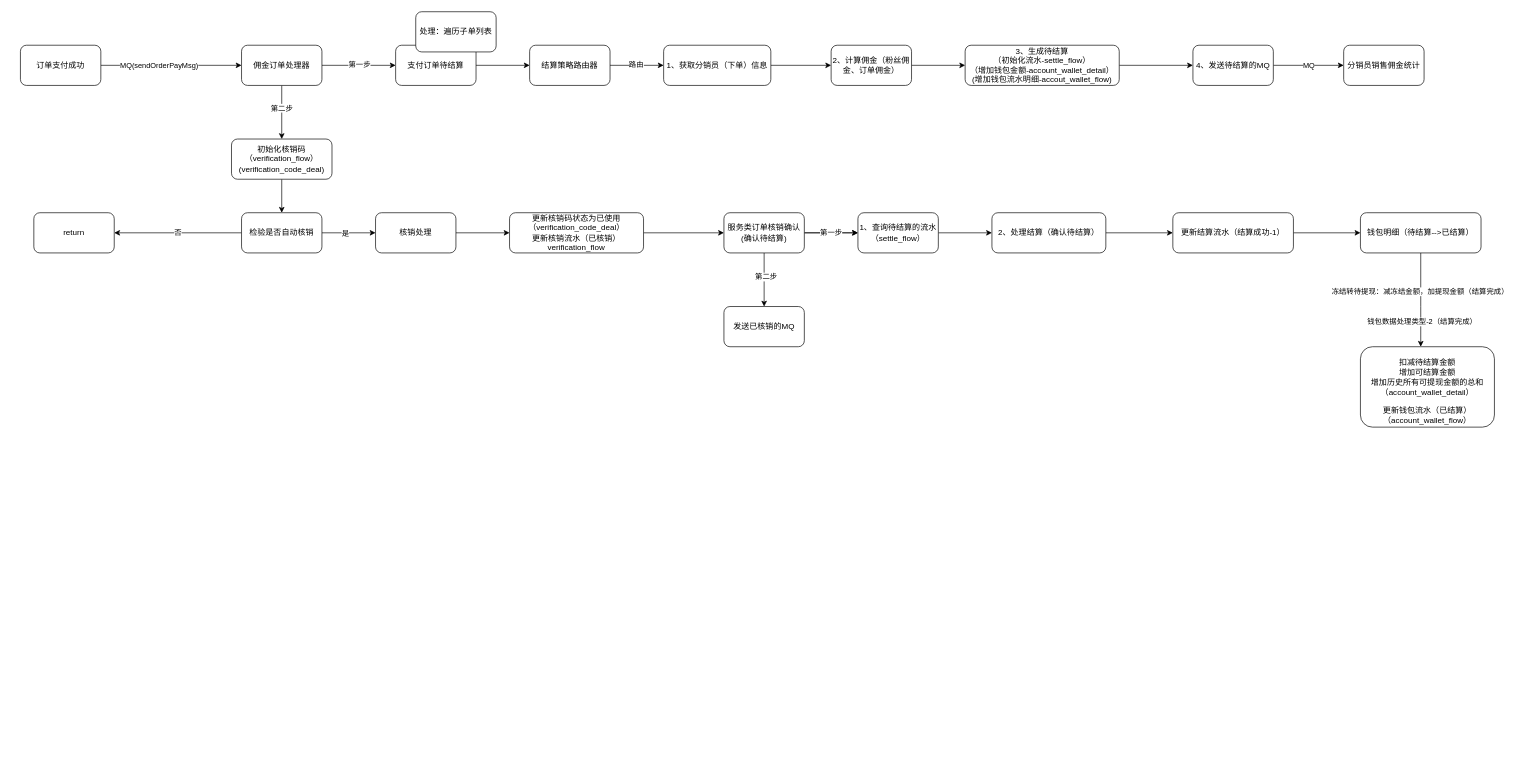
Before: 婚奢汇业务流程图/分销佣金&核销.drawio in YYB1024/myRemoteRepo, a draw.io diagram. Source tidied: cells renumbered, new cells numbered last; positions are measured from the earlier drawing's top-left corner, leaving out a move shared by most shapes. Both pictures are drawn from the tidied source at 67%, with x=0, y=0 at pixel (20, 11).
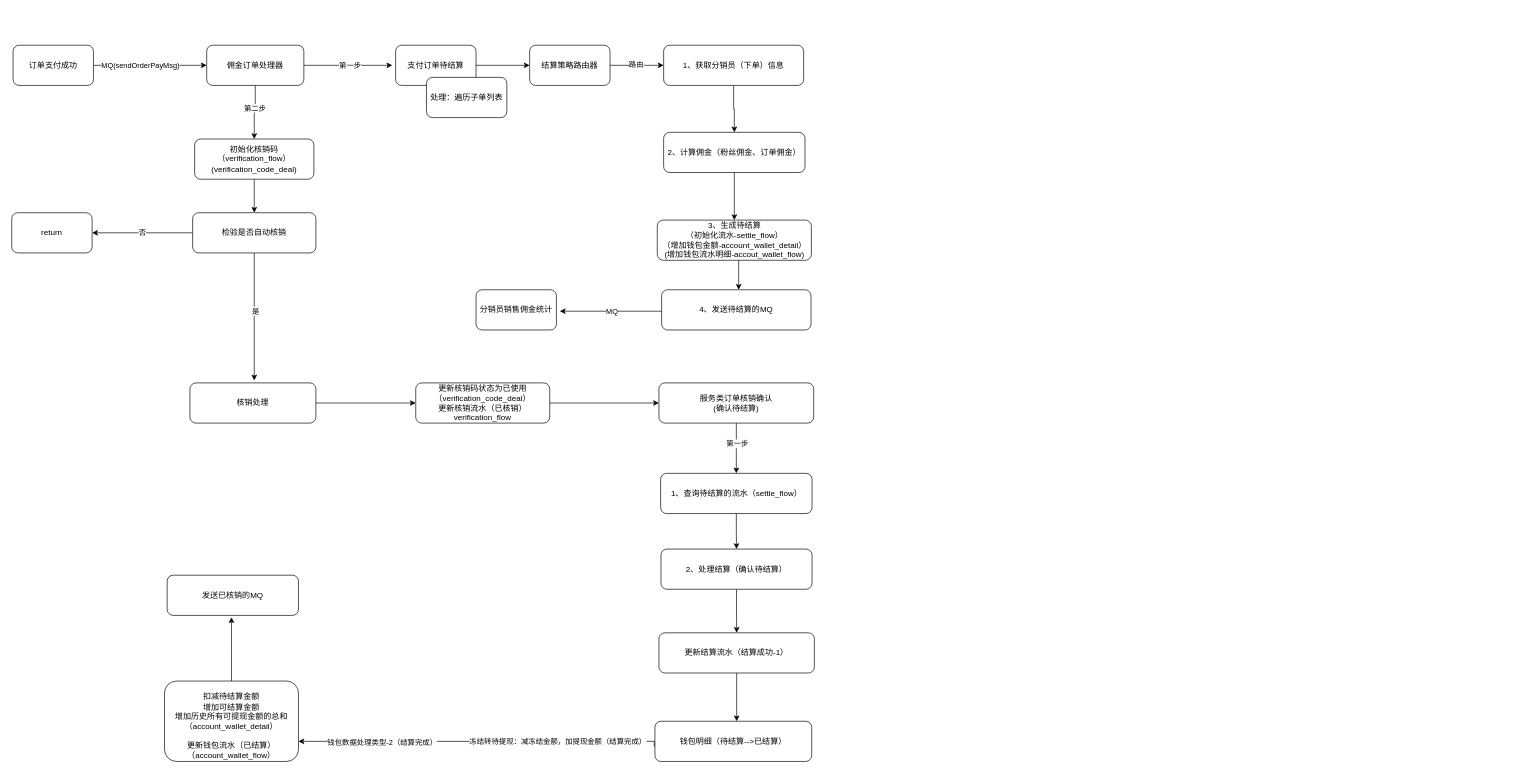
Above is the later version.

Commit message:
更新分销佣金&核销.drawio

Unchanged cells that the change refers to:
```xml
<mxCell id="11" value="支付订单待结算" style="whiteSpace=wrap;html=1;rounded=1;" parent="1" vertex="1">
  <mxGeometry x="560" y="50" width="120" height="60" as="geometry" />
</mxCell>
<mxCell id="36" style="edgeStyle=orthogonalEdgeStyle;rounded=0;jettySize=auto;html=1;" parent="1" edge="1" source="40" target="42">
  <mxGeometry relative="1" as="geometry" />
</mxCell>
```

Change to the diagram source:
```diff
@@
     <mxCell id="4" value="订单支付成功" style="rounded=1;whiteSpace=wrap;html=1;" parent="1" vertex="1">
-      <mxGeometry y="50" width="120" height="60" as="geometry" />
+      <mxGeometry x="-11" y="50" width="120" height="60" as="geometry" />
     </mxCell>
-    <mxCell id="5" style="edgeStyle=orthogonalEdgeStyle;rounded=0;jettySize=auto;html=1;" parent="1" edge="1" source="9" target="11">
-      <mxGeometry relative="1" as="geometry" />
+    <mxCell id="5" style="edgeStyle=orthogonalEdgeStyle;rounded=0;jettySize=auto;html=1;" parent="1" edge="1" source="9">
+      <mxGeometry relative="1" as="geometry">
+        <mxPoint x="555" y="80" as="targetPoint" />
+      </mxGeometry>
     </mxCell>
@@
-    <mxCell id="9" value="佣金订单处理器" style="whiteSpace=wrap;html=1;rounded=1;" parent="1" vertex="1">
-      <mxGeometry x="330" y="50" width="120" height="60" as="geometry" />
+    <mxCell id="9" value="佣金订单处理器" style="whiteSpace=wrap;html=1;rounded=1;shadow=0;" parent="1" vertex="1">
+      <mxGeometry x="278" y="50" width="145" height="60" as="geometry" />
     </mxCell>
@@
     <mxCell id="12" value="处理：遍历子单列表" style="rounded=1;whiteSpace=wrap;html=1;" parent="1" vertex="1">
-      <mxGeometry x="590" width="120" height="60" as="geometry" />
+      <mxGeometry x="606" y="98" width="120" height="60" as="geometry" />
     </mxCell>
@@
     <mxCell id="17" value="1、获取分销员（下单）信息" style="whiteSpace=wrap;html=1;rounded=1;" parent="1" vertex="1">
-      <mxGeometry x="960" y="50" width="160" height="60" as="geometry" />
+      <mxGeometry x="960" y="50" width="209" height="60" as="geometry" />
     </mxCell>
@@
     <mxCell id="19" value="2、计算佣金（粉丝佣金、订单佣金）" style="whiteSpace=wrap;html=1;rounded=1;" parent="1" vertex="1">
-      <mxGeometry x="1210" y="50" width="120" height="60" as="geometry" />
+      <mxGeometry x="960" y="180" width="211" height="60" as="geometry" />
     </mxCell>
     <mxCell id="20" style="edgeStyle=orthogonalEdgeStyle;rounded=0;jettySize=auto;html=1;" parent="1" edge="1" source="21" target="23">
-      <mxGeometry relative="1" as="geometry" />
+      <mxGeometry relative="1" as="geometry">
+        <Array as="points">
+          <mxPoint x="1072" y="402" />
+          <mxPoint x="1072" y="402" />
+        </Array>
+      </mxGeometry>
     </mxCell>
     <mxCell id="21" value="3、生成待结算&lt;br&gt;（初始化流水-settle_flow）&lt;br&gt;（增加钱包金额-account_wallet_detail）&lt;br&gt;(增加钱包流水明细-accout_wallet_flow)" style="whiteSpace=wrap;html=1;rounded=1;" parent="1" vertex="1">
-      <mxGeometry x="1410" y="50" width="230" height="60" as="geometry" />
+      <mxGeometry x="950.5" y="311" width="230" height="60" as="geometry" />
     </mxCell>
-    <mxCell id="22" value="MQ" style="edgeStyle=orthogonalEdgeStyle;rounded=0;jettySize=auto;html=1;" parent="1" edge="1" source="23" target="24">
-      <mxGeometry relative="1" as="geometry" />
+    <mxCell id="22" value="MQ" style="edgeStyle=orthogonalEdgeStyle;rounded=0;orthogonalLoop=1;jettySize=auto;html=1;" parent="1" edge="1">
+      <mxGeometry relative="1" as="geometry">
+        <mxPoint x="962" y="447" as="sourcePoint" />
+        <mxPoint x="805" y="447" as="targetPoint" />
+      </mxGeometry>
     </mxCell>
     <mxCell id="23" value="4、发送待结算的MQ" style="whiteSpace=wrap;html=1;rounded=1;" parent="1" vertex="1">
-      <mxGeometry x="1750" y="50" width="120" height="60" as="geometry" />
+      <mxGeometry x="957" y="415" width="223" height="60" as="geometry" />
     </mxCell>
     <mxCell id="24" value="分销员销售佣金统计" style="whiteSpace=wrap;html=1;rounded=1;" parent="1" vertex="1">
-      <mxGeometry x="1975" y="50" width="120" height="60" as="geometry" />
+      <mxGeometry x="680" y="415" width="120" height="60" as="geometry" />
     </mxCell>
@@
     <mxCell id="26" value="初始化核销码（verification_flow）&lt;br&gt;(verification_code_deal)" style="whiteSpace=wrap;html=1;rounded=1;" parent="1" vertex="1">
-      <mxGeometry x="315" y="190" width="150" height="60" as="geometry" />
+      <mxGeometry x="260" y="190" width="178" height="60" as="geometry" />
     </mxCell>
@@
-    <mxCell id="28" style="edgeStyle=orthogonalEdgeStyle;rounded=0;jettySize=auto;html=1;" parent="1" edge="1" source="30" target="33">
-      <mxGeometry relative="1" as="geometry" />
-    </mxCell>
+    <mxCell id="53" style="edgeStyle=orthogonalEdgeStyle;rounded=0;jettySize=auto;html=1;" parent="1" edge="1" source="30">
+      <mxGeometry relative="1" as="geometry">
+        <mxPoint x="349" y="550.3" as="targetPoint" />
+      </mxGeometry>
+    </mxCell>
-    <mxCell id="29" value="是" style="edgeLabel;html=1;align=center;verticalAlign=middle;" parent="28" vertex="1">
-      <mxGeometry x="-0.14" relative="1" as="geometry" />
+    <mxCell id="29" value="是" style="edgeLabel;html=1;align=center;verticalAlign=middle;" parent="53" vertex="1">
+      <mxGeometry x="-0.1" y="1" relative="1" as="geometry" />
     </mxCell>
     <mxCell id="30" value="检验是否自动核销" style="whiteSpace=wrap;html=1;rounded=1;" parent="1" vertex="1">
-      <mxGeometry x="330" y="300" width="120" height="60" as="geometry" />
+      <mxGeometry x="257" y="300" width="184" height="60" as="geometry" />
     </mxCell>
     <mxCell id="31" value="return" style="whiteSpace=wrap;html=1;rounded=1;" parent="1" vertex="1">
-      <mxGeometry x="20" y="300" width="120" height="60" as="geometry" />
+      <mxGeometry x="-13" y="300" width="120" height="60" as="geometry" />
     </mxCell>
@@
     <mxCell id="33" value="核销处理" style="whiteSpace=wrap;html=1;rounded=1;" parent="1" vertex="1">
-      <mxGeometry x="530" y="300" width="120" height="60" as="geometry" />
+      <mxGeometry x="253" y="554" width="188" height="60" as="geometry" />
     </mxCell>
@@
     <mxCell id="35" value="更新核销码状态为已使用（verification_code_deal）&lt;br&gt;更新核销流水（已核销）verification_flow" style="whiteSpace=wrap;html=1;rounded=1;" parent="1" vertex="1">
-      <mxGeometry x="730" y="300" width="200" height="60" as="geometry" />
+      <mxGeometry x="590" y="554" width="200" height="60" as="geometry" />
     </mxCell>
@@
-    <mxCell id="37" style="edgeStyle=orthogonalEdgeStyle;rounded=0;jettySize=auto;html=1;" parent="1" edge="1" source="40" target="52">
-      <mxGeometry relative="1" as="geometry" />
-    </mxCell>
-    <mxCell id="38" value="第二步" style="edgeLabel;html=1;align=center;verticalAlign=middle;" parent="37" vertex="1">
-      <mxGeometry x="-0.13" y="2" relative="1" as="geometry" />
-    </mxCell>
-    <mxCell id="39" value="第一步" style="edgeStyle=orthogonalEdgeStyle;rounded=0;jettySize=auto;html=1;" parent="1" edge="1" source="40" target="42">
-      <mxGeometry relative="1" as="geometry" />
+    <mxCell id="39" value="第一步" style="edgeLabel;html=1;align=center;verticalAlign=middle;" parent="36" vertex="1">
+      <mxGeometry x="-0.21" y="1" relative="1" as="geometry" />
     </mxCell>
     <mxCell id="40" value="服务类订单核销确认&lt;br&gt;(确认待结算)" style="whiteSpace=wrap;html=1;rounded=1;" parent="1" vertex="1">
-      <mxGeometry x="1050" y="300" width="120" height="60" as="geometry" />
+      <mxGeometry x="953" y="554" width="231" height="60" as="geometry" />
     </mxCell>
@@
     <mxCell id="42" value="1、查询待结算的流水（settle_flow）" style="whiteSpace=wrap;html=1;rounded=1;" parent="1" vertex="1">
-      <mxGeometry x="1250" y="300" width="120" height="60" as="geometry" />
+      <mxGeometry x="955.5" y="689" width="226" height="60" as="geometry" />
     </mxCell>
@@
     <mxCell id="44" value="2、处理结算（确认待结算）" style="whiteSpace=wrap;html=1;rounded=1;" parent="1" vertex="1">
-      <mxGeometry x="1450" y="300" width="170" height="60" as="geometry" />
+      <mxGeometry x="956" y="802" width="225.5" height="60" as="geometry" />
     </mxCell>
     <mxCell id="45" style="edgeStyle=orthogonalEdgeStyle;rounded=0;jettySize=auto;html=1;" parent="1" edge="1" source="46" target="50">
-      <mxGeometry relative="1" as="geometry" />
+      <mxGeometry relative="1" as="geometry">
+        <Array as="points">
+          <mxPoint x="1069" y="1044" />
+          <mxPoint x="1069" y="1044" />
+        </Array>
+      </mxGeometry>
     </mxCell>
     <mxCell id="46" value="更新结算流水（结算成功-1）" style="whiteSpace=wrap;html=1;rounded=1;" parent="1" vertex="1">
-      <mxGeometry x="1720" y="300" width="180" height="60" as="geometry" />
+      <mxGeometry x="953" y="927" width="232" height="60" as="geometry" />
     </mxCell>
-    <mxCell id="47" style="edgeStyle=orthogonalEdgeStyle;rounded=0;jettySize=auto;html=1;" parent="1" edge="1" source="50" target="51">
+    <mxCell id="47" style="edgeStyle=orthogonalEdgeStyle;rounded=0;jettySize=auto;html=1;entryX=1;entryY=0.75;entryDx=0;entryDy=0;" parent="1" edge="1" target="51">
       <mxGeometry relative="1" as="geometry">
+        <mxPoint x="950" y="1096" as="sourcePoint" />
         <Array as="points">
-          <mxPoint x="2090" y="440" />
-          <mxPoint x="2090" y="440" />
+          <mxPoint x="950" y="1096" />
+          <mxPoint x="946" y="1096" />
+          <mxPoint x="946" y="1089" />
         </Array>
       </mxGeometry>
     </mxCell>
     <mxCell id="48" value="冻结转待提现：减冻结金额，加提现金额（结算完成）" style="edgeLabel;html=1;align=center;verticalAlign=middle;" parent="47" vertex="1">
-      <mxGeometry x="-0.18" y="-2" relative="1" as="geometry" />
+      <mxGeometry x="-0.18" y="-2" relative="1" as="geometry">
+        <mxPoint x="66" y="2" as="offset" />
+      </mxGeometry>
     </mxCell>
     <mxCell id="49" value="钱包数据处理类型-2（结算完成）" style="edgeLabel;html=1;align=center;verticalAlign=middle;" parent="47" vertex="1">
-      <mxGeometry x="0.45" y="1" relative="1" as="geometry" />
+      <mxGeometry x="0.45" y="1" relative="1" as="geometry">
+        <mxPoint x="-25" as="offset" />
+      </mxGeometry>
     </mxCell>
     <mxCell id="50" value="钱包明细（待结算--&amp;gt;已结算）" style="whiteSpace=wrap;html=1;rounded=1;" parent="1" vertex="1">
-      <mxGeometry x="2000" y="300" width="180" height="60" as="geometry" />
+      <mxGeometry x="947" y="1059" width="234" height="60" as="geometry" />
     </mxCell>
+    <mxCell id="54" style="edgeStyle=orthogonalEdgeStyle;rounded=0;jettySize=auto;html=1;" parent="1" edge="1" source="51">
+      <mxGeometry relative="1" as="geometry">
+        <mxPoint x="315" y="903.7" as="targetPoint" />
+      </mxGeometry>
+    </mxCell>
     <mxCell id="51" value="&lt;br&gt;扣减待结算金额&lt;br&gt;增加可结算金额&lt;br&gt;增加历史所有可提现金额的总和&lt;br&gt;（account_wallet_detail）&lt;br&gt;&lt;br&gt;更新钱包流水（已结算）&lt;br&gt;（account_wallet_flow）" style="whiteSpace=wrap;html=1;rounded=1;" parent="1" vertex="1">
-      <mxGeometry x="2000" y="500" width="200" height="120" as="geometry" />
+      <mxGeometry x="215" y="999" width="200" height="120" as="geometry" />
     </mxCell>
     <mxCell id="52" value="发送已核销的MQ" style="whiteSpace=wrap;html=1;rounded=1;" parent="1" vertex="1">
-      <mxGeometry x="1050" y="440" width="120" height="60" as="geometry" />
+      <mxGeometry x="219" y="841" width="196" height="60" as="geometry" />
     </mxCell>
```
